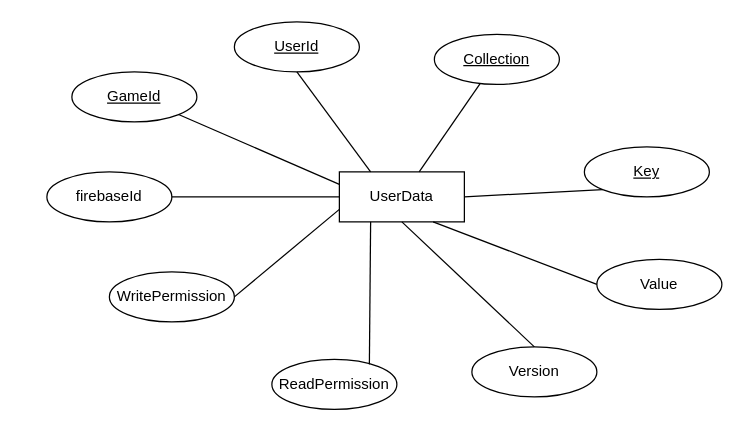
yaohuiwu/SimpleFS keeps this draw.io diagram as save_data.drawio. Above is the earlier version. Source tidied: cells renumbered, new cells numbered last; positions are measured from the earlier drawing's top-left corner, leaving out a move shared by most shapes. Both pictures are drawn from the tidied source at 125%, with x=0, y=0 at pixel (46, 21).
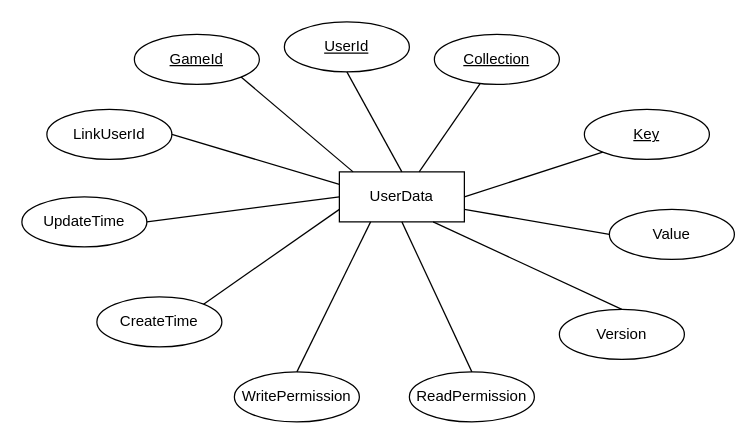
The same page after the edit.

The change refers to these unchanged cells:
```xml
<mxCell id="2" value="UserData" style="whiteSpace=wrap;html=1;align=center;" parent="1" vertex="1">
  <mxGeometry x="234" y="120" width="100" height="40" as="geometry" />
</mxCell>
```

What changed in the source:
```diff
@@
     <mxCell id="3" value="UserId" style="ellipse;whiteSpace=wrap;html=1;align=center;fontStyle=4;" parent="1" vertex="1">
-      <mxGeometry x="150" width="100" height="40" as="geometry" />
+      <mxGeometry x="190" width="100" height="40" as="geometry" />
     </mxCell>
@@
     <mxCell id="5" value="Key" style="ellipse;whiteSpace=wrap;html=1;align=center;fontStyle=4;" parent="1" vertex="1">
-      <mxGeometry x="430" y="100" width="100" height="40" as="geometry" />
+      <mxGeometry x="430" y="70" width="100" height="40" as="geometry" />
     </mxCell>
     <mxCell id="6" value="Value" style="ellipse;whiteSpace=wrap;html=1;align=center;" parent="1" vertex="1">
-      <mxGeometry x="440" y="190" width="100" height="40" as="geometry" />
+      <mxGeometry x="450" y="150" width="100" height="40" as="geometry" />
     </mxCell>
     <mxCell id="7" value="Version" style="ellipse;whiteSpace=wrap;html=1;align=center;" parent="1" vertex="1">
-      <mxGeometry x="340" y="260" width="100" height="40" as="geometry" />
+      <mxGeometry x="410" y="230" width="100" height="40" as="geometry" />
     </mxCell>
     <mxCell id="8" value="ReadPermission" style="ellipse;whiteSpace=wrap;html=1;align=center;" parent="1" vertex="1">
-      <mxGeometry x="180" y="270" width="100" height="40" as="geometry" />
+      <mxGeometry x="290" y="280" width="100" height="40" as="geometry" />
     </mxCell>
     <mxCell id="9" value="WritePermission" style="ellipse;whiteSpace=wrap;html=1;align=center;" parent="1" vertex="1">
-      <mxGeometry x="50" y="200" width="100" height="40" as="geometry" />
+      <mxGeometry x="150" y="280" width="100" height="40" as="geometry" />
     </mxCell>
@@
-    <mxCell id="12" style="endArrow=none;html=1;rounded=0;exitX=0.5;exitY=1;exitDx=0;exitDy=0;entryX=0.25;entryY=0;entryDx=0;entryDy=0;" parent="1" edge="1" source="3" target="2">
+    <mxCell id="12" style="endArrow=none;html=1;rounded=0;exitX=0.5;exitY=1;exitDx=0;exitDy=0;entryX=0.5;entryY=0;entryDx=0;entryDy=0;" parent="1" edge="1" source="3" target="2">
       <mxGeometry relative="1" as="geometry" />
     </mxCell>
-    <mxCell id="13" style="endArrow=none;html=1;rounded=0;exitX=0;exitY=0.5;exitDx=0;exitDy=0;entryX=0.75;entryY=1;entryDx=0;entryDy=0;" parent="1" edge="1" source="6" target="2">
+    <mxCell id="13" style="endArrow=none;html=1;rounded=0;exitX=0;exitY=0.5;exitDx=0;exitDy=0;entryX=1;entryY=0.75;entryDx=0;entryDy=0;" parent="1" edge="1" source="6" target="2">
       <mxGeometry relative="1" as="geometry" />
     </mxCell>
-    <mxCell id="14" style="endArrow=none;html=1;rounded=0;exitX=0.5;exitY=0;exitDx=0;exitDy=0;entryX=0.5;entryY=1;entryDx=0;entryDy=0;" parent="1" edge="1" source="7" target="2">
+    <mxCell id="14" style="endArrow=none;html=1;rounded=0;exitX=0.5;exitY=0;exitDx=0;exitDy=0;entryX=0.75;entryY=1;entryDx=0;entryDy=0;" parent="1" edge="1" source="7" target="2">
       <mxGeometry relative="1" as="geometry" />
     </mxCell>
-    <mxCell id="15" style="endArrow=none;html=1;rounded=0;exitX=0.25;exitY=1;exitDx=0;exitDy=0;entryX=0.78;entryY=0.1;entryDx=0;entryDy=0;entryPerimeter=0;" parent="1" edge="1" source="2" target="8">
+    <mxCell id="15" style="endArrow=none;html=1;rounded=0;exitX=0.5;exitY=1;exitDx=0;exitDy=0;entryX=0.5;entryY=0;entryDx=0;entryDy=0;" parent="1" edge="1" source="2" target="8">
       <mxGeometry relative="1" as="geometry" />
     </mxCell>
-    <mxCell id="16" style="endArrow=none;html=1;rounded=0;exitX=0;exitY=0.75;exitDx=0;exitDy=0;entryX=1;entryY=0.5;entryDx=0;entryDy=0;" parent="1" edge="1" source="2" target="9">
+    <mxCell id="16" style="endArrow=none;html=1;rounded=0;exitX=0.25;exitY=1;exitDx=0;exitDy=0;entryX=0.5;entryY=0;entryDx=0;entryDy=0;" parent="1" edge="1" source="2" target="9">
       <mxGeometry relative="1" as="geometry" />
     </mxCell>
     <mxCell id="17" value="GameId" style="ellipse;whiteSpace=wrap;html=1;align=center;fontStyle=4;" parent="1" vertex="1">
-      <mxGeometry x="20" y="40" width="100" height="40" as="geometry" />
+      <mxGeometry x="70" y="10" width="100" height="40" as="geometry" />
     </mxCell>
-    <mxCell id="18" style="endArrow=none;html=1;rounded=0;exitX=1;exitY=1;exitDx=0;exitDy=0;entryX=0;entryY=0.25;entryDx=0;entryDy=0;" parent="1" edge="1" source="17" target="2">
+    <mxCell id="18" style="endArrow=none;html=1;rounded=0;exitX=1;exitY=1;exitDx=0;exitDy=0;entryX=0.11;entryY=0;entryDx=0;entryDy=0;entryPerimeter=0;" parent="1" edge="1" source="17" target="2">
       <mxGeometry relative="1" as="geometry" />
     </mxCell>
-    <mxCell id="19" value="firebaseId" style="ellipse;whiteSpace=wrap;html=1;align=center;" parent="1" vertex="1">
-      <mxGeometry y="120" width="100" height="40" as="geometry" />
+    <mxCell id="19" value="LinkUserId" style="ellipse;whiteSpace=wrap;html=1;align=center;" parent="1" vertex="1">
+      <mxGeometry y="70" width="100" height="40" as="geometry" />
     </mxCell>
-    <mxCell id="20" style="endArrow=none;html=1;rounded=0;exitX=1;exitY=0.5;exitDx=0;exitDy=0;entryX=0;entryY=0.5;entryDx=0;entryDy=0;" parent="1" edge="1" source="19" target="2">
+    <mxCell id="20" style="endArrow=none;html=1;rounded=0;exitX=1;exitY=0.5;exitDx=0;exitDy=0;entryX=0;entryY=0.25;entryDx=0;entryDy=0;" parent="1" edge="1" source="19" target="2">
       <mxGeometry relative="1" as="geometry" />
     </mxCell>
+    <mxCell id="21" value="CreateTime" style="ellipse;whiteSpace=wrap;html=1;align=center;" parent="1" vertex="1">
+      <mxGeometry x="40" y="220" width="100" height="40" as="geometry" />
+    </mxCell>
+    <mxCell id="22" style="endArrow=none;html=1;rounded=0;entryX=0;entryY=0.75;entryDx=0;entryDy=0;exitX=1;exitY=0;exitDx=0;exitDy=0;" parent="1" edge="1" source="21" target="2">
+      <mxGeometry relative="1" as="geometry" />
+    </mxCell>
+    <mxCell id="23" value="UpdateTime" style="ellipse;whiteSpace=wrap;html=1;align=center;" parent="1" vertex="1">
+      <mxGeometry x="-20" y="140" width="100" height="40" as="geometry" />
+    </mxCell>
+    <mxCell id="24" style="endArrow=none;html=1;rounded=0;exitX=1;exitY=0.5;exitDx=0;exitDy=0;entryX=0;entryY=0.5;entryDx=0;entryDy=0;" parent="1" edge="1" source="23" target="2">
+      <mxGeometry relative="1" as="geometry" />
+    </mxCell>
```
